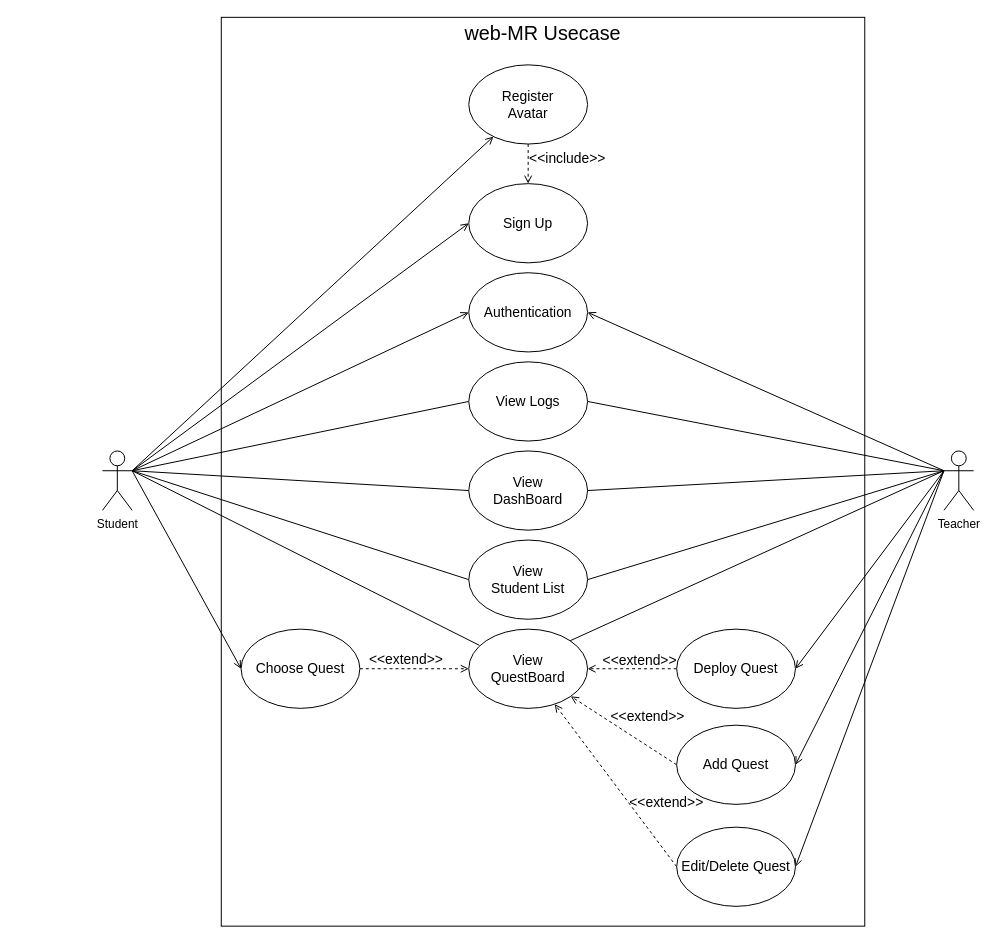
Above: doc_glouw/diagram/usecaseMR.drawio in venomzx/web-MR (draw.io), before the change. Source tidied: cells renumbered, new cells numbered last; positions are measured from the earlier drawing's top-left corner, leaving out a move shared by most shapes. Both pictures are drawn from the tidied source at 99%, with x=0, y=0 at pixel (102, 17).
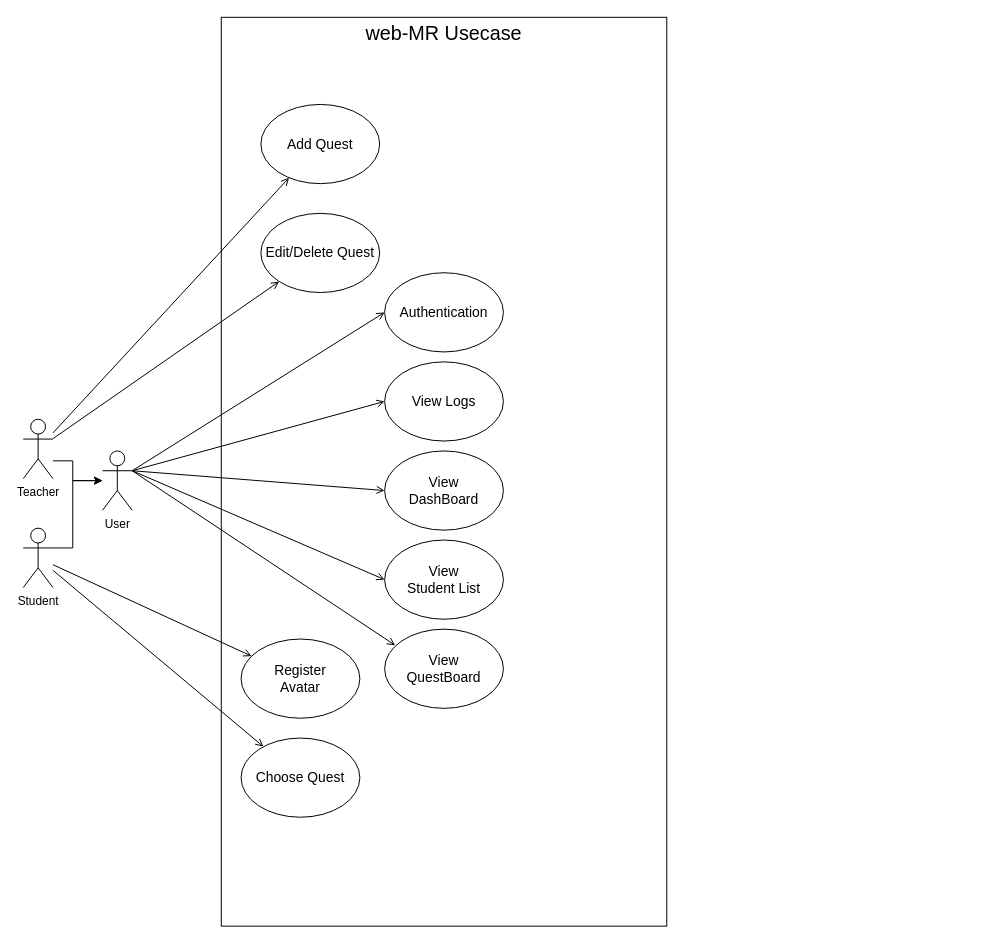
The same diagram, later.

Diff of the diagram source:
```diff
@@
     <mxCell id="2" style="rounded=0;whiteSpace=wrap;html=1;" parent="1" vertex="1">
-      <mxGeometry x="120" width="650" height="918" as="geometry" />
+      <mxGeometry x="120" width="450" height="918" as="geometry" />
     </mxCell>
@@
-    <mxCell id="4" style="edgeStyle=none;rounded=0;jettySize=auto;html=1;fontSize=14;endArrow=none;endFill=0;entryX=0.089;entryY=0.204;entryDx=0;entryDy=0;exitX=1;exitY=0.3333333333333333;exitDx=0;exitDy=0;exitPerimeter=0;entryPerimeter=0;" parent="1" edge="1" source="9" target="11">
+    <mxCell id="4" style="edgeStyle=none;rounded=0;jettySize=auto;html=1;fontSize=14;endArrow=open;endFill=0;entryX=0.089;entryY=0.204;entryDx=0;entryDy=0;exitX=1;exitY=0.3333333333333333;exitDx=0;exitDy=0;exitPerimeter=0;entryPerimeter=0;" parent="1" edge="1" source="9" target="11">
       <mxGeometry relative="1" as="geometry" />
     </mxCell>
-    <mxCell id="5" style="edgeStyle=none;rounded=0;jettySize=auto;html=1;fontSize=14;endArrow=none;endFill=0;entryX=0;entryY=0.5;entryDx=0;entryDy=0;exitX=1;exitY=0.3333333333333333;exitDx=0;exitDy=0;exitPerimeter=0;" parent="1" edge="1" source="9" target="12">
+    <mxCell id="5" style="edgeStyle=none;rounded=0;jettySize=auto;html=1;fontSize=14;endArrow=open;endFill=0;entryX=0;entryY=0.5;entryDx=0;entryDy=0;exitX=1;exitY=0.3333333333333333;exitDx=0;exitDy=0;exitPerimeter=0;startArrow=none;startFill=0;" parent="1" edge="1" source="9" target="12">
       <mxGeometry relative="1" as="geometry" />
     </mxCell>
-    <mxCell id="6" style="edgeStyle=none;rounded=0;jettySize=auto;html=1;fontSize=14;endArrow=none;endFill=0;entryX=0;entryY=0.5;entryDx=0;entryDy=0;exitX=1;exitY=0.3333333333333333;exitDx=0;exitDy=0;exitPerimeter=0;" parent="1" edge="1" source="9" target="25">
+    <mxCell id="6" style="edgeStyle=none;rounded=0;jettySize=auto;html=1;fontSize=14;endArrow=open;endFill=0;entryX=0;entryY=0.5;entryDx=0;entryDy=0;exitX=1;exitY=0.3333333333333333;exitDx=0;exitDy=0;exitPerimeter=0;" parent="1" edge="1" source="9" target="25">
       <mxGeometry relative="1" as="geometry" />
     </mxCell>
-    <mxCell id="7" style="edgeStyle=none;rounded=0;jettySize=auto;html=1;entryX=0;entryY=0.5;entryDx=0;entryDy=0;fontSize=14;endArrow=none;endFill=0;exitX=1;exitY=0.3333333333333333;exitDx=0;exitDy=0;exitPerimeter=0;" parent="1" edge="1" source="9" target="26">
+    <mxCell id="7" style="edgeStyle=none;rounded=0;jettySize=auto;html=1;entryX=0;entryY=0.5;entryDx=0;entryDy=0;fontSize=14;endArrow=open;endFill=0;exitX=1;exitY=0.3333333333333333;exitDx=0;exitDy=0;exitPerimeter=0;" parent="1" edge="1" source="9" target="26">
       <mxGeometry relative="1" as="geometry" />
     </mxCell>
-    <mxCell id="8" style="edgeStyle=none;rounded=0;jettySize=auto;html=1;entryX=0;entryY=0.5;entryDx=0;entryDy=0;fontSize=20;endArrow=open;endFill=0;exitX=1;exitY=0.3333333333333333;exitDx=0;exitDy=0;exitPerimeter=0;startArrow=none;startFill=0;" parent="1" edge="1" source="9" target="15">
-      <mxGeometry relative="1" as="geometry" />
-    </mxCell>
-    <mxCell id="9" value="Student" style="shape=umlActor;verticalLabelPosition=bottom;verticalAlign=top;html=1;outlineConnect=0;" parent="1" vertex="1">
+    <mxCell id="9" value="User" style="shape=umlActor;verticalLabelPosition=bottom;verticalAlign=top;html=1;outlineConnect=0;" parent="1" vertex="1">
       <mxGeometry y="438" width="30" height="60" as="geometry" />
     </mxCell>
     <mxCell id="10" value="&lt;font style=&quot;font-size: 14px;&quot;&gt;Authentication&lt;/font&gt;" style="ellipse;whiteSpace=wrap;html=1;" parent="1" vertex="1">
-      <mxGeometry x="370" y="258" width="120" height="80" as="geometry" />
+      <mxGeometry x="285" y="258" width="120" height="80" as="geometry" />
     </mxCell>
     <mxCell id="11" value="&lt;font style=&quot;font-size: 14px;&quot;&gt;View&lt;br&gt;QuestBoard&lt;/font&gt;" style="ellipse;whiteSpace=wrap;html=1;" parent="1" vertex="1">
-      <mxGeometry x="370" y="618" width="120" height="80" as="geometry" />
+      <mxGeometry x="285" y="618" width="120" height="80" as="geometry" />
     </mxCell>
     <mxCell id="12" value="&lt;font style=&quot;font-size: 14px;&quot;&gt;View Logs&lt;/font&gt;" style="ellipse;whiteSpace=wrap;html=1;" parent="1" vertex="1">
-      <mxGeometry x="370" y="348" width="120" height="80" as="geometry" />
+      <mxGeometry x="285" y="348" width="120" height="80" as="geometry" />
     </mxCell>
     <mxCell id="13" value="&lt;font style=&quot;font-size: 20px;&quot;&gt;web-MR Usecase&lt;/font&gt;" style="text;html=1;strokeColor=none;fillColor=none;align=center;verticalAlign=middle;whiteSpace=wrap;rounded=0;fontSize=14;" parent="1" vertex="1">
-      <mxGeometry x="230" width="430" height="30" as="geometry" />
+      <mxGeometry x="130" width="430" height="30" as="geometry" />
     </mxCell>
-    <mxCell id="14" style="edgeStyle=none;rounded=0;jettySize=auto;html=1;fontSize=14;endArrow=open;endFill=0;dashed=1;" parent="1" edge="1" source="15" target="11">
-      <mxGeometry relative="1" as="geometry" />
-    </mxCell>
     <mxCell id="15" value="&lt;span style=&quot;font-size: 14px;&quot;&gt;Choose Quest&lt;/span&gt;" style="ellipse;whiteSpace=wrap;html=1;" parent="1" vertex="1">
-      <mxGeometry x="140" y="618" width="120" height="80" as="geometry" />
+      <mxGeometry x="140" y="728" width="120" height="80" as="geometry" />
     </mxCell>
-    <mxCell id="16" style="edgeStyle=none;rounded=0;jettySize=auto;html=1;fontSize=20;endArrow=open;endFill=0;entryX=1;entryY=0.5;entryDx=0;entryDy=0;dashed=1;exitX=0;exitY=0.5;exitDx=0;exitDy=0;" parent="1" edge="1" source="18" target="11">
-      <mxGeometry relative="1" as="geometry" />
-    </mxCell>
-    <mxCell id="17" style="edgeStyle=none;rounded=0;jettySize=auto;html=1;entryX=0;entryY=0.3333333333333333;entryDx=0;entryDy=0;entryPerimeter=0;fontSize=20;endArrow=none;endFill=0;exitX=1;exitY=0.5;exitDx=0;exitDy=0;startArrow=open;startFill=0;" parent="1" edge="1" source="18" target="46">
-      <mxGeometry relative="1" as="geometry" />
-    </mxCell>
-    <mxCell id="18" value="&lt;span style=&quot;font-size: 14px;&quot;&gt;Deploy Quest&lt;/span&gt;" style="ellipse;whiteSpace=wrap;html=1;" parent="1" vertex="1">
-      <mxGeometry x="580" y="618" width="120" height="80" as="geometry" />
-    </mxCell>
-    <mxCell id="19" style="edgeStyle=none;rounded=0;jettySize=auto;html=1;fontSize=20;endArrow=open;endFill=0;dashed=1;exitX=0;exitY=0.5;exitDx=0;exitDy=0;" parent="1" edge="1" source="21" target="11">
-      <mxGeometry relative="1" as="geometry" />
-    </mxCell>
-    <mxCell id="20" style="edgeStyle=none;rounded=0;jettySize=auto;html=1;entryX=0;entryY=0.3333333333333333;entryDx=0;entryDy=0;entryPerimeter=0;fontSize=20;endArrow=none;endFill=0;exitX=1;exitY=0.5;exitDx=0;exitDy=0;startArrow=open;startFill=0;" parent="1" edge="1" source="21" target="46">
-      <mxGeometry relative="1" as="geometry" />
-    </mxCell>
     <mxCell id="21" value="&lt;span style=&quot;font-size: 14px;&quot;&gt;Edit/Delete Quest&lt;/span&gt;" style="ellipse;whiteSpace=wrap;html=1;" parent="1" vertex="1">
-      <mxGeometry x="580" y="818" width="120" height="80" as="geometry" />
+      <mxGeometry x="160" y="198" width="120" height="80" as="geometry" />
     </mxCell>
-    <mxCell id="22" style="edgeStyle=none;rounded=0;jettySize=auto;html=1;fontSize=20;endArrow=open;endFill=0;dashed=1;exitX=0;exitY=0.5;exitDx=0;exitDy=0;" parent="1" edge="1" source="24" target="11">
-      <mxGeometry relative="1" as="geometry" />
-    </mxCell>
-    <mxCell id="23" style="edgeStyle=none;rounded=0;jettySize=auto;html=1;entryX=0;entryY=0.3333333333333333;entryDx=0;entryDy=0;entryPerimeter=0;fontSize=20;endArrow=none;endFill=0;exitX=1;exitY=0.5;exitDx=0;exitDy=0;startArrow=open;startFill=0;" parent="1" edge="1" source="24" target="46">
-      <mxGeometry relative="1" as="geometry" />
-    </mxCell>
     <mxCell id="24" value="&lt;span style=&quot;font-size: 14px;&quot;&gt;Add Quest&lt;/span&gt;" style="ellipse;whiteSpace=wrap;html=1;" parent="1" vertex="1">
-      <mxGeometry x="580" y="715" width="120" height="80" as="geometry" />
+      <mxGeometry x="160" y="88" width="120" height="80" as="geometry" />
     </mxCell>
     <mxCell id="25" value="&lt;span style=&quot;font-size: 14px;&quot;&gt;View &lt;br&gt;DashBoard&lt;/span&gt;" style="ellipse;whiteSpace=wrap;html=1;" parent="1" vertex="1">
-      <mxGeometry x="370" y="438" width="120" height="80" as="geometry" />
+      <mxGeometry x="285" y="438" width="120" height="80" as="geometry" />
     </mxCell>
     <mxCell id="26" value="&lt;span style=&quot;font-size: 14px;&quot;&gt;View &lt;br&gt;Student List&lt;/span&gt;" style="ellipse;whiteSpace=wrap;html=1;" parent="1" vertex="1">
-      <mxGeometry x="370" y="528" width="120" height="80" as="geometry" />
+      <mxGeometry x="285" y="528" width="120" height="80" as="geometry" />
     </mxCell>
@@
-    <mxCell id="28" style="group;" parent="1" vertex="1">
-      <mxGeometry x="267" y="634" width="80" height="30" as="geometry" />
-    </mxCell>
-    <mxCell id="29" style="group;" parent="28" vertex="1">
-      <mxGeometry width="80" height="30" as="geometry" />
-    </mxCell>
-    <mxCell id="30" style="edgeStyle=none;rounded=0;orthogonalLoop=1;jettySize=auto;html=1;fontSize=14;endArrow=open;endFill=0;dashed=1;" parent="29" edge="1">
-      <mxGeometry relative="1" as="geometry" />
-    </mxCell>
-    <mxCell id="31" value="&amp;lt;&amp;lt;extend&amp;gt;&amp;gt;" style="text;html=1;strokeColor=none;fillColor=none;align=center;verticalAlign=middle;whiteSpace=wrap;rounded=0;fontSize=14;" parent="29" vertex="1">
-      <mxGeometry width="80" height="30" as="geometry" />
-    </mxCell>
-    <mxCell id="32" style="edgeStyle=none;rounded=0;jettySize=auto;html=1;entryX=1;entryY=0.3333333333333333;entryDx=0;entryDy=0;entryPerimeter=0;fontSize=14;endArrow=none;endFill=0;exitX=0;exitY=0.5;exitDx=0;exitDy=0;startArrow=open;startFill=0;" parent="1" edge="1" source="33" target="9">
-      <mxGeometry relative="1" as="geometry" />
-    </mxCell>
-    <mxCell id="33" value="&lt;span style=&quot;font-size: 14px;&quot;&gt;Sign Up&lt;/span&gt;" style="ellipse;whiteSpace=wrap;html=1;" parent="1" vertex="1">
-      <mxGeometry x="370" y="168" width="120" height="80" as="geometry" />
-    </mxCell>
-    <mxCell id="34" style="edgeStyle=none;rounded=0;jettySize=auto;html=1;dashed=1;fontSize=14;endArrow=open;endFill=0;" parent="1" edge="1" source="36" target="33">
-      <mxGeometry relative="1" as="geometry" />
-    </mxCell>
-    <mxCell id="35" style="edgeStyle=none;rounded=0;jettySize=auto;html=1;entryX=1;entryY=0.3333333333333333;entryDx=0;entryDy=0;entryPerimeter=0;fontSize=20;endArrow=none;endFill=0;startArrow=open;startFill=0;" parent="1" edge="1" source="36" target="9">
-      <mxGeometry relative="1" as="geometry" />
-    </mxCell>
     <mxCell id="36" value="&lt;span style=&quot;font-size: 14px;&quot;&gt;Register&lt;br&gt;Avatar&lt;br&gt;&lt;/span&gt;" style="ellipse;whiteSpace=wrap;html=1;" parent="1" vertex="1">
-      <mxGeometry x="370" y="48" width="120" height="80" as="geometry" />
+      <mxGeometry x="140" y="628" width="120" height="80" as="geometry" />
     </mxCell>
-    <mxCell id="37" style="group;" parent="1" vertex="1">
-      <mxGeometry x="430" y="128" width="80" height="30" as="geometry" />
-    </mxCell>
-    <mxCell id="38" style="group;" parent="37" vertex="1">
-      <mxGeometry width="80" height="30" as="geometry" />
-    </mxCell>
-    <mxCell id="39" style="edgeStyle=none;rounded=0;orthogonalLoop=1;jettySize=auto;html=1;fontSize=14;endArrow=open;endFill=0;dashed=1;" parent="38" edge="1">
-      <mxGeometry relative="1" as="geometry" />
-    </mxCell>
-    <mxCell id="40" value="&amp;lt;&amp;lt;include&amp;gt;&amp;gt;" style="text;html=1;strokeColor=none;fillColor=none;align=center;verticalAlign=middle;whiteSpace=wrap;rounded=0;fontSize=14;" parent="38" vertex="1">
-      <mxGeometry width="80" height="30" as="geometry" />
-    </mxCell>
-    <mxCell id="41" style="edgeStyle=none;rounded=0;jettySize=auto;html=1;entryX=1;entryY=0.5;entryDx=0;entryDy=0;fontSize=20;endArrow=open;endFill=0;exitX=0;exitY=0.3333333333333333;exitDx=0;exitDy=0;exitPerimeter=0;" parent="1" edge="1" source="46" target="10">
-      <mxGeometry relative="1" as="geometry" />
-    </mxCell>
-    <mxCell id="42" style="edgeStyle=none;rounded=0;jettySize=auto;html=1;fontSize=20;endArrow=none;endFill=0;entryX=1;entryY=0;entryDx=0;entryDy=0;exitX=0;exitY=0.3333333333333333;exitDx=0;exitDy=0;exitPerimeter=0;" parent="1" edge="1" source="46" target="11">
-      <mxGeometry relative="1" as="geometry" />
-    </mxCell>
-    <mxCell id="43" style="edgeStyle=none;rounded=0;jettySize=auto;html=1;fontSize=20;endArrow=none;endFill=0;exitX=0;exitY=0.3333333333333333;exitDx=0;exitDy=0;exitPerimeter=0;entryX=1;entryY=0.5;entryDx=0;entryDy=0;" parent="1" edge="1" source="46" target="12">
-      <mxGeometry relative="1" as="geometry" />
-    </mxCell>
-    <mxCell id="44" style="edgeStyle=none;rounded=0;jettySize=auto;html=1;fontSize=20;endArrow=none;endFill=0;exitX=0;exitY=0.3333333333333333;exitDx=0;exitDy=0;exitPerimeter=0;entryX=1;entryY=0.5;entryDx=0;entryDy=0;" parent="1" edge="1" source="46" target="25">
-      <mxGeometry relative="1" as="geometry" />
-    </mxCell>
-    <mxCell id="45" style="edgeStyle=none;rounded=0;jettySize=auto;html=1;fontSize=20;endArrow=none;endFill=0;exitX=0;exitY=0.3333333333333333;exitDx=0;exitDy=0;exitPerimeter=0;entryX=1;entryY=0.5;entryDx=0;entryDy=0;" parent="1" edge="1" source="46" target="26">
-      <mxGeometry relative="1" as="geometry" />
-    </mxCell>
+    <mxCell id="59" style="edgeStyle=orthogonalEdgeStyle;rounded=0;jettySize=auto;html=1;" parent="1" edge="1" source="46" target="9">
+      <mxGeometry relative="1" as="geometry">
+        <Array as="points">
+          <mxPoint x="-30" y="448" />
+          <mxPoint x="-30" y="468" />
+        </Array>
+      </mxGeometry>
+    </mxCell>
+    <mxCell id="60" style="edgeStyle=none;rounded=0;jettySize=auto;html=1;startArrow=none;startFill=0;endArrow=open;endFill=0;" parent="1" edge="1" source="46" target="24">
+      <mxGeometry relative="1" as="geometry" />
+    </mxCell>
+    <mxCell id="61" style="edgeStyle=none;rounded=0;jettySize=auto;html=1;startArrow=none;startFill=0;endArrow=open;endFill=0;" parent="1" edge="1" source="46" target="21">
+      <mxGeometry relative="1" as="geometry" />
+    </mxCell>
     <mxCell id="46" value="Teacher" style="shape=umlActor;verticalLabelPosition=bottom;verticalAlign=top;html=1;outlineConnect=0;" parent="1" vertex="1">
-      <mxGeometry x="850" y="438" width="30" height="60" as="geometry" />
+      <mxGeometry x="-80" y="406" width="30" height="60" as="geometry" />
     </mxCell>
-    <mxCell id="47" style="group;" parent="1" vertex="1">
-      <mxGeometry x="503" y="635" width="80" height="30" as="geometry" />
-    </mxCell>
-    <mxCell id="48" style="group;" parent="47" vertex="1">
-      <mxGeometry width="80" height="30" as="geometry" />
-    </mxCell>
-    <mxCell id="49" style="edgeStyle=none;rounded=0;orthogonalLoop=1;jettySize=auto;html=1;fontSize=14;endArrow=open;endFill=0;dashed=1;" parent="48" edge="1">
-      <mxGeometry relative="1" as="geometry" />
-    </mxCell>
-    <mxCell id="50" value="&amp;lt;&amp;lt;extend&amp;gt;&amp;gt;" style="text;html=1;strokeColor=none;fillColor=none;align=center;verticalAlign=middle;whiteSpace=wrap;rounded=0;fontSize=14;" parent="48" vertex="1">
-      <mxGeometry width="80" height="30" as="geometry" />
-    </mxCell>
-    <mxCell id="51" style="group;" parent="1" vertex="1">
-      <mxGeometry x="511" y="691" width="80" height="30" as="geometry" />
-    </mxCell>
-    <mxCell id="52" style="group;" parent="51" vertex="1">
-      <mxGeometry width="80" height="30" as="geometry" />
-    </mxCell>
-    <mxCell id="53" style="edgeStyle=none;rounded=0;orthogonalLoop=1;jettySize=auto;html=1;fontSize=14;endArrow=open;endFill=0;dashed=1;" parent="52" edge="1">
-      <mxGeometry relative="1" as="geometry" />
-    </mxCell>
-    <mxCell id="54" value="&amp;lt;&amp;lt;extend&amp;gt;&amp;gt;" style="text;html=1;strokeColor=none;fillColor=none;align=center;verticalAlign=middle;whiteSpace=wrap;rounded=0;fontSize=14;" parent="52" vertex="1">
-      <mxGeometry width="80" height="30" as="geometry" />
-    </mxCell>
-    <mxCell id="55" style="group;" parent="1" vertex="1">
-      <mxGeometry x="530" y="778" width="80" height="30" as="geometry" />
-    </mxCell>
-    <mxCell id="56" style="group;" parent="55" vertex="1">
-      <mxGeometry width="80" height="30" as="geometry" />
-    </mxCell>
-    <mxCell id="57" style="edgeStyle=none;rounded=0;orthogonalLoop=1;jettySize=auto;html=1;fontSize=14;endArrow=open;endFill=0;dashed=1;" parent="56" edge="1">
-      <mxGeometry relative="1" as="geometry" />
-    </mxCell>
-    <mxCell id="58" value="&amp;lt;&amp;lt;extend&amp;gt;&amp;gt;" style="text;html=1;strokeColor=none;fillColor=none;align=center;verticalAlign=middle;whiteSpace=wrap;rounded=0;fontSize=14;" parent="56" vertex="1">
-      <mxGeometry width="80" height="30" as="geometry" />
-    </mxCell>
+    <mxCell id="62" style="edgeStyle=orthogonalEdgeStyle;rounded=0;jettySize=auto;html=1;exitX=1;exitY=0.3333333333333333;exitDx=0;exitDy=0;exitPerimeter=0;" parent="1" edge="1" source="65" target="9">
+      <mxGeometry relative="1" as="geometry">
+        <Array as="points">
+          <mxPoint x="-30" y="536" />
+          <mxPoint x="-30" y="468" />
+        </Array>
+      </mxGeometry>
+    </mxCell>
+    <mxCell id="63" style="rounded=0;jettySize=auto;html=1;startArrow=none;startFill=0;endArrow=open;endFill=0;" parent="1" edge="1" source="65" target="36">
+      <mxGeometry relative="1" as="geometry" />
+    </mxCell>
+    <mxCell id="64" style="edgeStyle=none;rounded=0;jettySize=auto;html=1;startArrow=none;startFill=0;endArrow=open;endFill=0;" parent="1" edge="1" source="65" target="15">
+      <mxGeometry relative="1" as="geometry" />
+    </mxCell>
+    <mxCell id="65" value="Student" style="shape=umlActor;verticalLabelPosition=bottom;verticalAlign=top;html=1;outlineConnect=0;" parent="1" vertex="1">
+      <mxGeometry x="-80" y="516" width="30" height="60" as="geometry" />
+    </mxCell>
```
